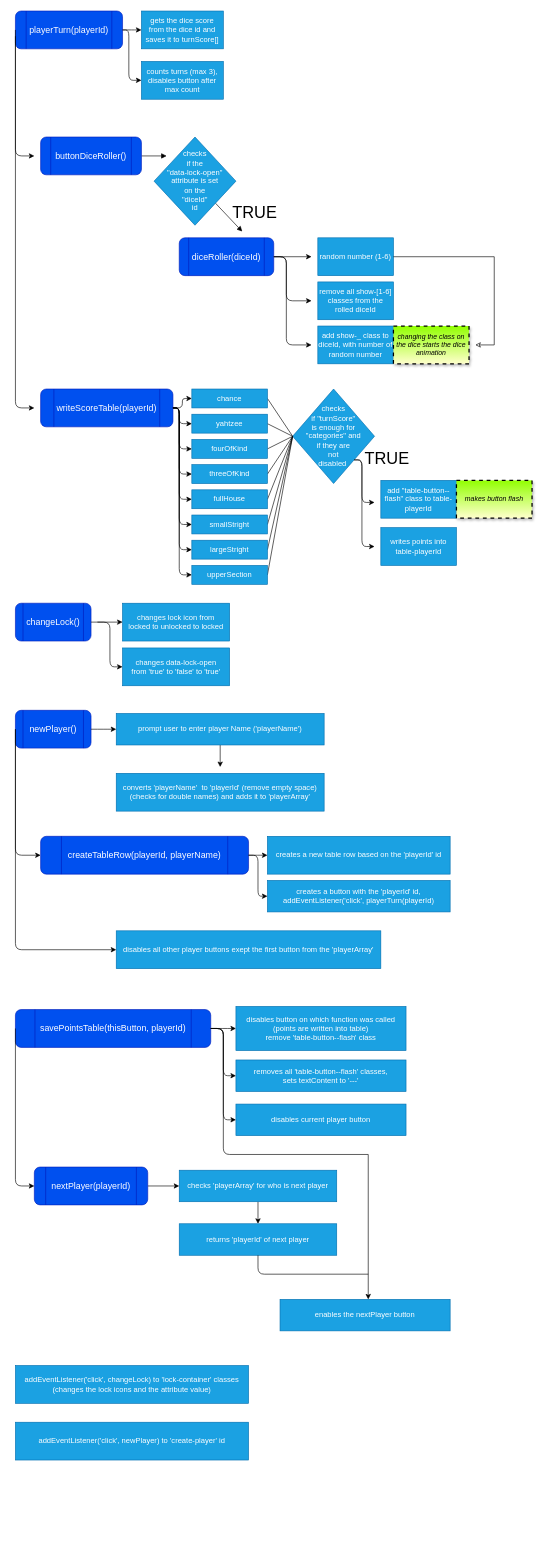
Zolske/yahtzee-dice-roller keeps this draw.io diagram as assets/doc/js.drawio. Above is the earlier version. Source tidied: cells renumbered, new cells numbered last; positions are measured from the earlier drawing's top-left corner, leaving out a move shared by most shapes. Both pictures are drawn from the tidied source at 63%, with x=0, y=0 at pixel (15, 11).
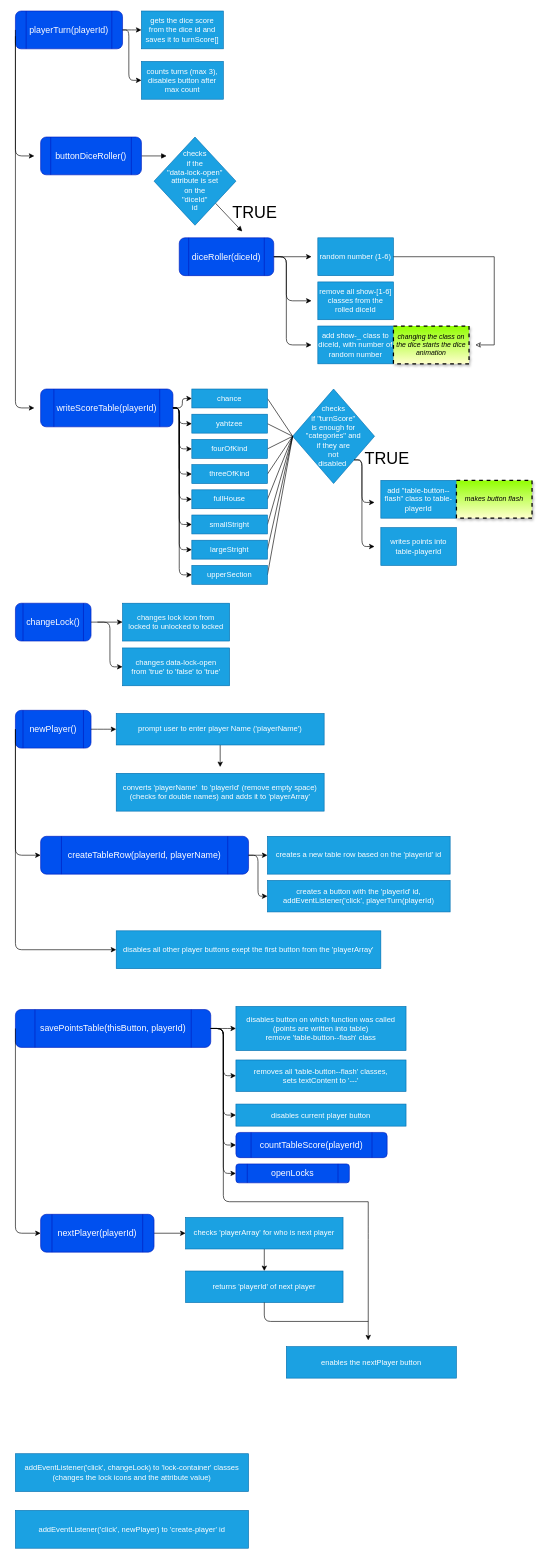
The same diagram, later.

Commit message (it also covers changes not shown here):
add: openLocks(), opens locks after player choose points

The change refers to these unchanged cells:
```xml
<mxCell id="80" value="savePointsTable(thisButton, playerId)" style="shape=process;whiteSpace=wrap;html=1;backgroundOutline=1;rounded=1;fillColor=#0050ef;strokeColor=#001DBC;fontColor=#ffffff;fontSize=14;" parent="1" vertex="1">
  <mxGeometry y="1585" width="310" height="60" as="geometry" />
</mxCell>
```

Change to the diagram source:
```diff
@@
     <mxCell id="76" value="nextPlayer(playerId)" style="shape=process;whiteSpace=wrap;html=1;backgroundOutline=1;rounded=1;fillColor=#0050ef;strokeColor=#001DBC;fontColor=#ffffff;fontSize=14;" parent="1" vertex="1">
-      <mxGeometry x="30" y="1835" width="180" height="60" as="geometry" />
+      <mxGeometry x="40" y="1910" width="180" height="60" as="geometry" />
     </mxCell>
@@
     <mxCell id="78" value="checks 'playerArray' for who is next player" style="rounded=0;whiteSpace=wrap;html=1;fillColor=#1ba1e2;strokeColor=#006EAF;fontColor=#ffffff;" parent="1" vertex="1">
-      <mxGeometry x="260" y="1840" width="250" height="50" as="geometry" />
+      <mxGeometry x="270" y="1915" width="250" height="50" as="geometry" />
     </mxCell>
     <mxCell id="79" value="returns 'playerId' of next player" style="rounded=0;whiteSpace=wrap;html=1;fillColor=#1ba1e2;strokeColor=#006EAF;fontColor=#ffffff;" parent="1" vertex="1">
-      <mxGeometry x="260" y="1925" width="250" height="50" as="geometry" />
+      <mxGeometry x="270" y="2000" width="250" height="50" as="geometry" />
     </mxCell>
@@
     <mxCell id="83" value="disables current player button" style="rounded=0;whiteSpace=wrap;html=1;fillColor=#1ba1e2;strokeColor=#006EAF;fontColor=#ffffff;" parent="1" vertex="1">
-      <mxGeometry x="350" y="1735" width="270" height="50" as="geometry" />
+      <mxGeometry x="350" y="1735" width="270" height="35" as="geometry" />
     </mxCell>
     <mxCell id="84" value="enables the nextPlayer button" style="rounded=0;whiteSpace=wrap;html=1;fillColor=#1ba1e2;strokeColor=#006EAF;fontColor=#ffffff;" parent="1" vertex="1">
-      <mxGeometry x="420" y="2045" width="270" height="50" as="geometry" />
+      <mxGeometry x="430" y="2120" width="270" height="50" as="geometry" />
     </mxCell>
@@
     <mxCell id="89" style="edgeStyle=elbowEdgeStyle;elbow=horizontal;endArrow=none;html=1;strokeColor=#000000;exitX=1;exitY=0.5;exitDx=0;exitDy=0;endFill=0;" parent="1" edge="1" source="80">
       <mxGeometry relative="1" as="geometry">
-        <mxPoint x="560" y="1815" as="targetPoint" />
+        <mxPoint x="560" y="1890" as="targetPoint" />
         <Array as="points">
+          <mxPoint x="330" y="1870" />
           <mxPoint x="330" y="1815" />
         </Array>
       </mxGeometry>
     </mxCell>
     <mxCell id="90" style="edgeStyle=elbowEdgeStyle;elbow=horizontal;endArrow=none;html=1;strokeColor=#000000;exitX=0.5;exitY=1;exitDx=0;exitDy=0;endFill=0;" parent="1" edge="1" source="79">
       <mxGeometry relative="1" as="geometry">
-        <mxPoint x="560" y="2005" as="targetPoint" />
+        <mxPoint x="560" y="2080" as="targetPoint" />
         <Array as="points">
-          <mxPoint x="385" y="2005" />
+          <mxPoint x="395" y="2080" />
         </Array>
       </mxGeometry>
     </mxCell>
-    <mxCell id="91" style="endArrow=classic;html=1;fontSize=26;fontColor=#660000;strokeColor=#000000;" parent="1" edge="1">
-      <mxGeometry relative="1" as="geometry">
-        <mxPoint x="560" y="1815" as="sourcePoint" />
-        <mxPoint x="560" y="2045" as="targetPoint" />
-      </mxGeometry>
-    </mxCell>
     <mxCell id="92" value="addEventListener('click', changeLock) to 'lock-container' classes&lt;br&gt;(changes the lock icons and the attribute value)" style="rounded=0;whiteSpace=wrap;html=1;fillColor=#1ba1e2;strokeColor=#006EAF;fontColor=#ffffff;" parent="1" vertex="1">
-      <mxGeometry y="2150" width="370" height="60" as="geometry" />
+      <mxGeometry y="2290" width="370" height="60" as="geometry" />
     </mxCell>
     <mxCell id="93" value="addEventListener('click', newPlayer) to 'create-player' id" style="rounded=0;whiteSpace=wrap;html=1;fillColor=#1ba1e2;strokeColor=#006EAF;fontColor=#ffffff;" parent="1" vertex="1">
-      <mxGeometry y="2240" width="370" height="60" as="geometry" />
+      <mxGeometry y="2380" width="370" height="60" as="geometry" />
     </mxCell>
+    <mxCell id="94" style="endArrow=classic;html=1;strokeColor=#000000;" parent="1" edge="1">
+      <mxGeometry relative="1" as="geometry">
+        <mxPoint x="560" y="1890" as="sourcePoint" />
+        <mxPoint x="560" y="2110" as="targetPoint" />
+        <Array as="points">
+          <mxPoint x="560" y="1940" />
+        </Array>
+      </mxGeometry>
+    </mxCell>
+    <mxCell id="95" style="edgeStyle=elbowEdgeStyle;elbow=horizontal;endArrow=classic;html=1;strokeColor=#000000;exitX=1;exitY=0.5;exitDx=0;exitDy=0;entryX=0;entryY=0.5;entryDx=0;entryDy=0;" parent="1" edge="1" source="80" target="97">
+      <mxGeometry relative="1" as="geometry" />
+    </mxCell>
+    <mxCell id="96" value="countTableScore(playerId)" style="shape=process;whiteSpace=wrap;html=1;backgroundOutline=1;rounded=1;fillColor=#0050ef;strokeColor=#001DBC;fontColor=#ffffff;fontSize=14;" parent="1" vertex="1">
+      <mxGeometry x="350" y="1780" width="240" height="40" as="geometry" />
+    </mxCell>
+    <mxCell id="97" value="openLocks" style="shape=process;whiteSpace=wrap;html=1;backgroundOutline=1;rounded=1;fillColor=#0050ef;strokeColor=#001DBC;fontColor=#ffffff;fontSize=14;" parent="1" vertex="1">
+      <mxGeometry x="350" y="1830" width="180" height="30" as="geometry" />
+    </mxCell>
+    <mxCell id="98" style="edgeStyle=elbowEdgeStyle;elbow=horizontal;endArrow=classic;html=1;strokeColor=#000000;exitX=1;exitY=0.5;exitDx=0;exitDy=0;entryX=0;entryY=0.5;entryDx=0;entryDy=0;" parent="1" edge="1" source="80" target="96">
+      <mxGeometry relative="1" as="geometry" />
+    </mxCell>
```
